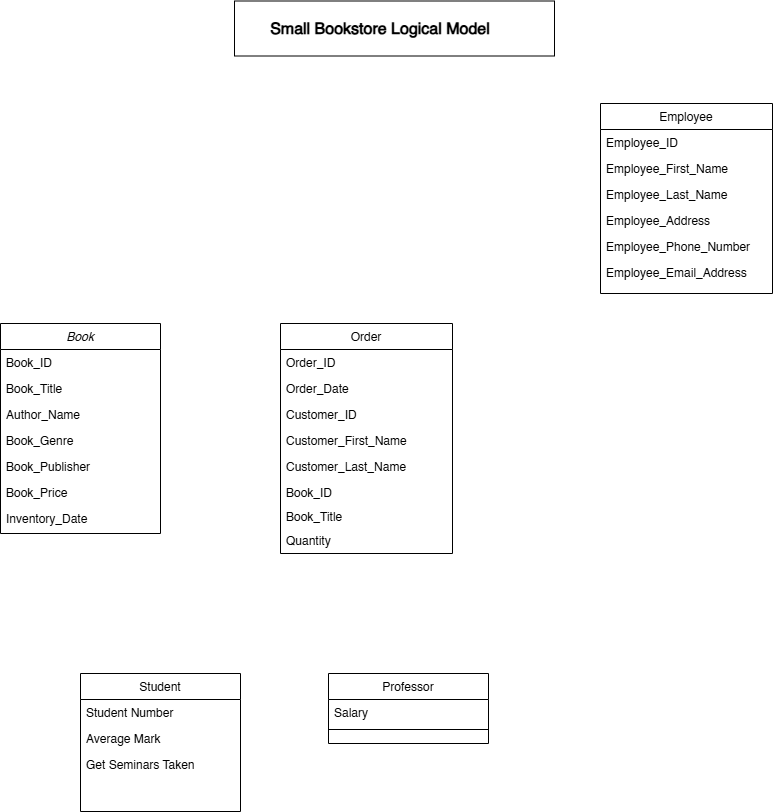
Above: 02_activities/assignments/assignment1.drawio.png in markmaramag/sql (draw.io), before the change. Source tidied: cells renumbered, new cells last; positions are measured from the earlier drawing's top-left corner, leaving out a move shared by most shapes.
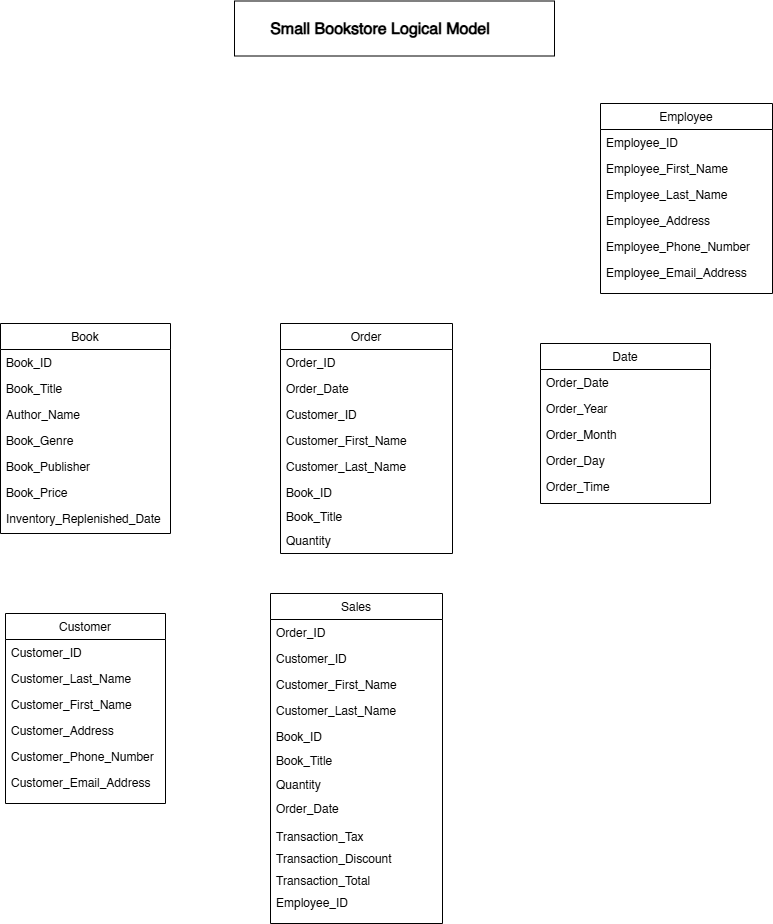
Above is the later version.

Diff of the diagram source:
```diff
@@ -5,51 +5,51 @@
     <mxCell id="2" style="rounded=0;whiteSpace=wrap;html=1;" parent="1" vertex="1">
       <mxGeometry x="234" y="-0.5" width="320" height="55" as="geometry" />
     </mxCell>
-    <mxCell id="3" value="Book" style="swimlane;fontStyle=2;align=center;verticalAlign=top;horizontal=1;startSize=26;rounded=0;shadow=0;strokeWidth=1;" parent="1" vertex="1">
-      <mxGeometry y="322" width="160" height="210" as="geometry" />
+    <mxCell id="3" value="Book" style="swimlane;fontStyle=0;align=center;verticalAlign=top;horizontal=1;startSize=26;rounded=0;shadow=0;strokeWidth=1;" parent="1" vertex="1">
+      <mxGeometry y="322" width="170" height="210" as="geometry" />
     </mxCell>
     <mxCell id="4" value="Book_ID" style="text;align=left;verticalAlign=top;spacingLeft=4;spacingRight=4;overflow=hidden;" parent="3" vertex="1">
-      <mxGeometry y="26" width="160" height="26" as="geometry" />
+      <mxGeometry y="26" width="170" height="26" as="geometry" />
     </mxCell>
     <mxCell id="5" value="Book_Title" style="text;align=left;verticalAlign=top;spacingLeft=4;spacingRight=4;overflow=hidden;rounded=0;shadow=0;html=0;" parent="3" vertex="1">
-      <mxGeometry y="52" width="160" height="26" as="geometry" />
+      <mxGeometry y="52" width="170" height="26" as="geometry" />
     </mxCell>
     <mxCell id="6" value="Author_Name&#10;" style="text;align=left;verticalAlign=top;spacingLeft=4;spacingRight=4;overflow=hidden;rounded=0;shadow=0;html=0;" parent="3" vertex="1">
-      <mxGeometry y="78" width="160" height="26" as="geometry" />
+      <mxGeometry y="78" width="170" height="26" as="geometry" />
     </mxCell>
     <mxCell id="7" value="Book_Genre" style="text;align=left;verticalAlign=top;spacingLeft=4;spacingRight=4;overflow=hidden;" parent="3" vertex="1">
-      <mxGeometry y="104" width="160" height="26" as="geometry" />
+      <mxGeometry y="104" width="170" height="26" as="geometry" />
     </mxCell>
     <mxCell id="8" value="Book_Publisher" style="text;align=left;verticalAlign=top;spacingLeft=4;spacingRight=4;overflow=hidden;" parent="3" vertex="1">
-      <mxGeometry y="130" width="160" height="26" as="geometry" />
+      <mxGeometry y="130" width="170" height="26" as="geometry" />
     </mxCell>
     <mxCell id="9" value="Book_Price" style="text;align=left;verticalAlign=top;spacingLeft=4;spacingRight=4;overflow=hidden;" parent="3" vertex="1">
-      <mxGeometry y="156" width="160" height="26" as="geometry" />
+      <mxGeometry y="156" width="170" height="26" as="geometry" />
     </mxCell>
-    <mxCell id="10" value="Inventory_Date" style="text;align=left;verticalAlign=top;spacingLeft=4;spacingRight=4;overflow=hidden;" parent="3" vertex="1">
-      <mxGeometry y="182" width="160" height="26" as="geometry" />
+    <mxCell id="10" value="Inventory_Replenished_Date" style="text;align=left;verticalAlign=top;spacingLeft=4;spacingRight=4;overflow=hidden;" parent="3" vertex="1">
+      <mxGeometry y="182" width="170" height="26" as="geometry" />
     </mxCell>
-    <mxCell id="11" value="Student" style="swimlane;fontStyle=0;align=center;verticalAlign=top;horizontal=1;startSize=26;rounded=0;shadow=0;strokeWidth=1;" parent="1" vertex="1">
-      <mxGeometry x="80" y="672" width="160" height="138" as="geometry" />
+    <mxCell id="11" value="Customer" style="swimlane;fontStyle=0;align=center;verticalAlign=top;horizontal=1;startSize=26;rounded=0;shadow=0;strokeWidth=1;" parent="1" vertex="1">
+      <mxGeometry x="5" y="612" width="160" height="190" as="geometry" />
     </mxCell>
-    <mxCell id="12" value="Student Number" style="text;align=left;verticalAlign=top;spacingLeft=4;spacingRight=4;overflow=hidden;" parent="11" vertex="1">
+    <mxCell id="12" value="Customer_ID" style="text;align=left;verticalAlign=top;spacingLeft=4;spacingRight=4;overflow=hidden;" parent="11" vertex="1">
       <mxGeometry y="26" width="160" height="26" as="geometry" />
     </mxCell>
-    <mxCell id="13" value="Average Mark" style="text;align=left;verticalAlign=top;spacingLeft=4;spacingRight=4;overflow=hidden;rounded=0;shadow=0;html=0;" parent="11" vertex="1">
-      <mxGeometry y="52" width="160" height="26" as="geometry" />
-    </mxCell>
-    <mxCell id="14" value="Get Seminars Taken" style="text;align=left;verticalAlign=top;spacingLeft=4;spacingRight=4;overflow=hidden;" parent="11" vertex="1">
-      <mxGeometry y="78" width="160" height="26" as="geometry" />
-    </mxCell>
-    <mxCell id="15" value="Professor" style="swimlane;fontStyle=0;align=center;verticalAlign=top;horizontal=1;startSize=26;rounded=0;shadow=0;strokeWidth=1;" parent="1" vertex="1">
-      <mxGeometry x="328" y="672" width="160" height="70" as="geometry" />
-    </mxCell>
-    <mxCell id="16" value="Salary" style="text;align=left;verticalAlign=top;spacingLeft=4;spacingRight=4;overflow=hidden;" parent="15" vertex="1">
-      <mxGeometry y="26" width="160" height="26" as="geometry" />
-    </mxCell>
-    <mxCell id="17" style="line;html=1;strokeWidth=1;align=left;verticalAlign=middle;spacingTop=-1;spacingLeft=3;spacingRight=3;labelPosition=right;" parent="15" vertex="1">
-      <mxGeometry y="52" width="160" height="8" as="geometry" />
-    </mxCell>
+    <mxCell id="35" value="Customer_Last_Name&#10;" style="text;align=left;verticalAlign=top;spacingLeft=4;spacingRight=4;overflow=hidden;rounded=0;shadow=0;html=0;" parent="11" vertex="1">
+      <mxGeometry y="52" width="160" height="26" as="geometry" />
+    </mxCell>
+    <mxCell id="36" value="Customer_First_Name" style="text;align=left;verticalAlign=top;spacingLeft=4;spacingRight=4;overflow=hidden;rounded=0;shadow=0;html=0;" parent="11" vertex="1">
+      <mxGeometry y="78" width="160" height="26" as="geometry" />
+    </mxCell>
+    <mxCell id="37" value="Customer_Address" style="text;align=left;verticalAlign=top;spacingLeft=4;spacingRight=4;overflow=hidden;rounded=0;shadow=0;html=0;" parent="11" vertex="1">
+      <mxGeometry y="104" width="160" height="26" as="geometry" />
+    </mxCell>
+    <mxCell id="38" value="Customer_Phone_Number" style="text;align=left;verticalAlign=top;spacingLeft=4;spacingRight=4;overflow=hidden;rounded=0;shadow=0;html=0;" parent="11" vertex="1">
+      <mxGeometry y="130" width="160" height="26" as="geometry" />
+    </mxCell>
+    <mxCell id="39" value="Customer_Email_Address" style="text;align=left;verticalAlign=top;spacingLeft=4;spacingRight=4;overflow=hidden;rounded=0;shadow=0;html=0;" parent="11" vertex="1">
+      <mxGeometry y="156" width="160" height="26" as="geometry" />
+    </mxCell>
     <mxCell id="18" value="Employee" style="swimlane;fontStyle=0;align=center;verticalAlign=top;horizontal=1;startSize=26;rounded=0;shadow=0;strokeWidth=1;" parent="1" vertex="1">
       <mxGeometry x="600" y="102" width="172" height="190" as="geometry" />
     </mxCell>
@@ -101,5 +101,62 @@
     <mxCell id="34" value="Quantity" style="text;align=left;verticalAlign=top;spacingLeft=4;spacingRight=4;overflow=hidden;" parent="26" vertex="1">
       <mxGeometry y="204" width="172" height="24" as="geometry" />
     </mxCell>
+    <mxCell id="40" value="Sales" style="swimlane;fontStyle=0;align=center;verticalAlign=top;horizontal=1;startSize=26;rounded=0;shadow=0;strokeWidth=1;" parent="1" vertex="1">
+      <mxGeometry x="270" y="592" width="172" height="330" as="geometry" />
+    </mxCell>
+    <mxCell id="41" value="Order_ID" style="text;align=left;verticalAlign=top;spacingLeft=4;spacingRight=4;overflow=hidden;" parent="40" vertex="1">
+      <mxGeometry y="26" width="172" height="26" as="geometry" />
+    </mxCell>
+    <mxCell id="42" value="Customer_ID" style="text;align=left;verticalAlign=top;spacingLeft=4;spacingRight=4;overflow=hidden;rounded=0;shadow=0;html=0;" parent="40" vertex="1">
+      <mxGeometry y="52" width="172" height="26" as="geometry" />
+    </mxCell>
+    <mxCell id="43" value="Customer_First_Name" style="text;align=left;verticalAlign=top;spacingLeft=4;spacingRight=4;overflow=hidden;rounded=0;shadow=0;html=0;" parent="40" vertex="1">
+      <mxGeometry y="78" width="172" height="26" as="geometry" />
+    </mxCell>
+    <mxCell id="44" value="Customer_Last_Name&#10;" style="text;align=left;verticalAlign=top;spacingLeft=4;spacingRight=4;overflow=hidden;rounded=0;shadow=0;html=0;" parent="40" vertex="1">
+      <mxGeometry y="104" width="172" height="26" as="geometry" />
+    </mxCell>
+    <mxCell id="45" value="Book_ID" style="text;align=left;verticalAlign=top;spacingLeft=4;spacingRight=4;overflow=hidden;" parent="40" vertex="1">
+      <mxGeometry y="130" width="172" height="24" as="geometry" />
+    </mxCell>
+    <mxCell id="46" value="Book_Title" style="text;align=left;verticalAlign=top;spacingLeft=4;spacingRight=4;overflow=hidden;" parent="40" vertex="1">
+      <mxGeometry y="154" width="172" height="24" as="geometry" />
+    </mxCell>
+    <mxCell id="47" value="Quantity" style="text;align=left;verticalAlign=top;spacingLeft=4;spacingRight=4;overflow=hidden;" parent="40" vertex="1">
+      <mxGeometry y="178" width="172" height="24" as="geometry" />
+    </mxCell>
+    <mxCell id="48" value="Order_Date" style="text;align=left;verticalAlign=top;spacingLeft=4;spacingRight=4;overflow=hidden;rounded=0;shadow=0;html=0;" parent="40" vertex="1">
+      <mxGeometry y="202" width="172" height="28" as="geometry" />
+    </mxCell>
+    <mxCell id="49" value="Transaction_Tax" style="text;align=left;verticalAlign=top;spacingLeft=4;spacingRight=4;overflow=hidden;rounded=0;shadow=0;html=0;" parent="40" vertex="1">
+      <mxGeometry y="230" width="172" height="22" as="geometry" />
+    </mxCell>
+    <mxCell id="50" value="Transaction_Discount" style="text;align=left;verticalAlign=top;spacingLeft=4;spacingRight=4;overflow=hidden;rounded=0;shadow=0;html=0;" parent="40" vertex="1">
+      <mxGeometry y="252" width="172" height="22" as="geometry" />
+    </mxCell>
+    <mxCell id="51" value="Transaction_Total" style="text;align=left;verticalAlign=top;spacingLeft=4;spacingRight=4;overflow=hidden;rounded=0;shadow=0;html=0;" parent="40" vertex="1">
+      <mxGeometry y="274" width="172" height="22" as="geometry" />
+    </mxCell>
+    <mxCell id="52" value="Employee_ID" style="text;align=left;verticalAlign=top;spacingLeft=4;spacingRight=4;overflow=hidden;rounded=0;shadow=0;html=0;" parent="40" vertex="1">
+      <mxGeometry y="296" width="172" height="22" as="geometry" />
+    </mxCell>
+    <mxCell id="53" value="Date" style="swimlane;fontStyle=0;align=center;verticalAlign=top;horizontal=1;startSize=26;rounded=0;shadow=0;strokeWidth=1;" parent="1" vertex="1">
+      <mxGeometry x="540" y="342" width="170" height="160" as="geometry" />
+    </mxCell>
+    <mxCell id="54" value="Order_Date" style="text;align=left;verticalAlign=top;spacingLeft=4;spacingRight=4;overflow=hidden;" parent="53" vertex="1">
+      <mxGeometry y="26" width="170" height="26" as="geometry" />
+    </mxCell>
+    <mxCell id="55" value="Order_Year" style="text;align=left;verticalAlign=top;spacingLeft=4;spacingRight=4;overflow=hidden;rounded=0;shadow=0;html=0;" parent="53" vertex="1">
+      <mxGeometry y="52" width="170" height="26" as="geometry" />
+    </mxCell>
+    <mxCell id="56" value="Order_Month" style="text;align=left;verticalAlign=top;spacingLeft=4;spacingRight=4;overflow=hidden;rounded=0;shadow=0;html=0;" parent="53" vertex="1">
+      <mxGeometry y="78" width="170" height="26" as="geometry" />
+    </mxCell>
+    <mxCell id="57" value="Order_Day" style="text;align=left;verticalAlign=top;spacingLeft=4;spacingRight=4;overflow=hidden;" parent="53" vertex="1">
+      <mxGeometry y="104" width="170" height="26" as="geometry" />
+    </mxCell>
+    <mxCell id="58" value="Order_Time" style="text;align=left;verticalAlign=top;spacingLeft=4;spacingRight=4;overflow=hidden;" parent="53" vertex="1">
+      <mxGeometry y="130" width="170" height="26" as="geometry" />
+    </mxCell>
   </root>
 </mxGraphModel>
```
